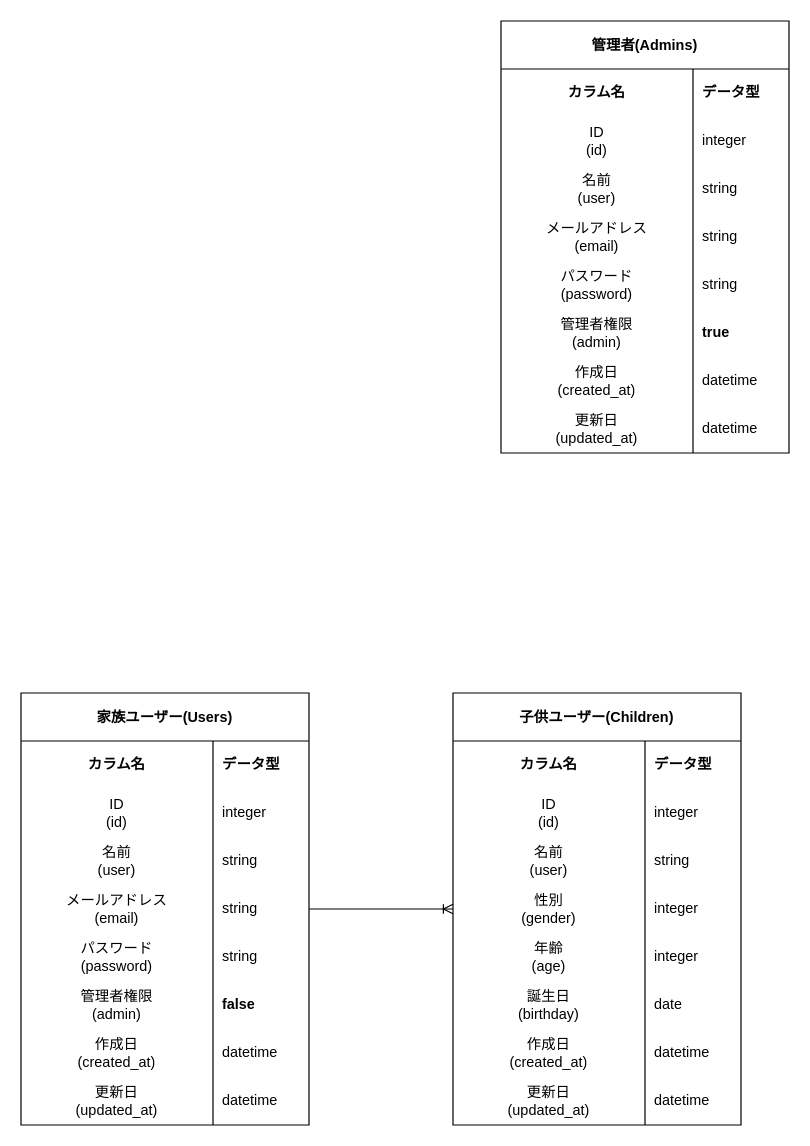
piroriki/coyell_port keeps this draw.io diagram as coyell.drawio. Above is the earlier version. Source tidied: cells renumbered, new cells numbered last; positions are measured from the earlier drawing's top-left corner, leaving out a move shared by most shapes. Both pictures are drawn from the tidied source at 120%, with x=0, y=0 at pixel (20, 20).
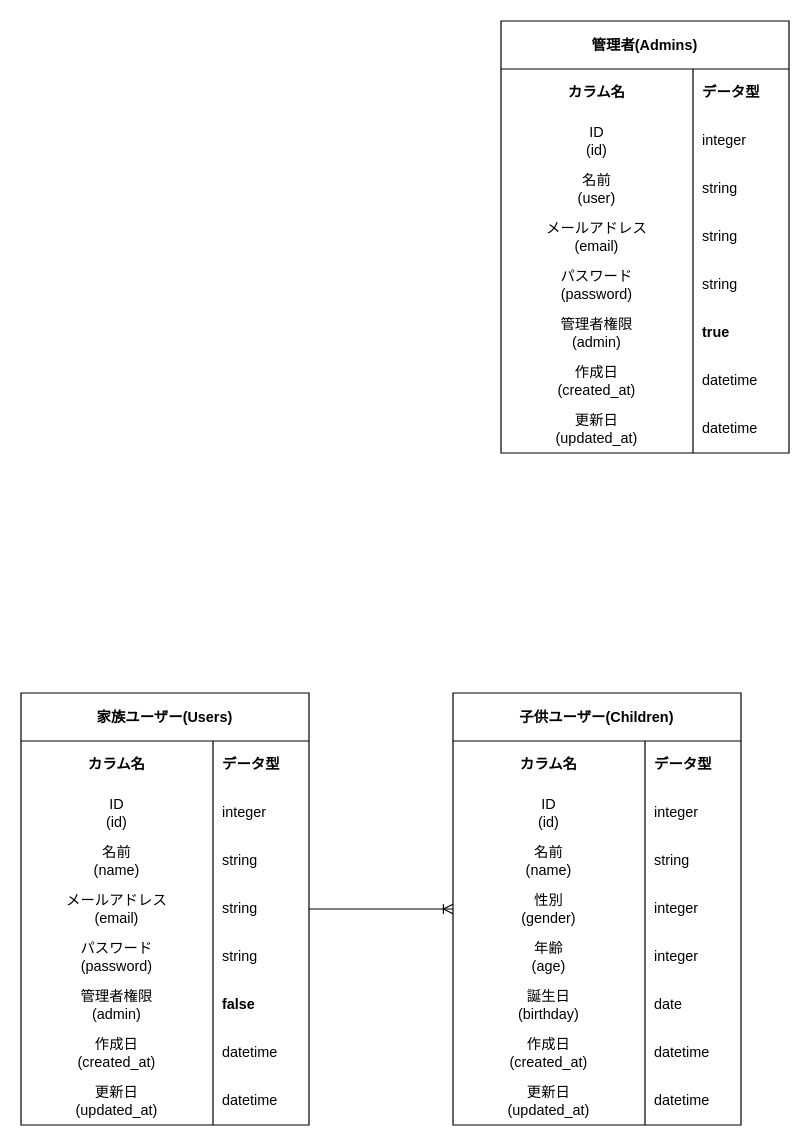
The same diagram, later.

Unchanged cells that the change refers to:
```xml
<mxCell id="9" style="shape=tableRow;horizontal=0;startSize=0;swimlaneHead=0;swimlaneBody=0;top=0;left=0;bottom=0;right=0;fillColor=none;" parent="2" vertex="1">
  <mxGeometry y="120" width="240" height="40" as="geometry" />
</mxCell>
<mxCell id="59" style="shape=tableRow;horizontal=0;startSize=0;swimlaneHead=0;swimlaneBody=0;top=0;left=0;bottom=0;right=0;fillColor=none;" parent="52" vertex="1">
  <mxGeometry y="120" width="240" height="40" as="geometry" />
</mxCell>
```

Diff of the diagram source:
```diff
@@
-    <mxCell id="10" value="名前&lt;br&gt;(user)" style="shape=partialRectangle;html=1;whiteSpace=wrap;fillColor=none;top=0;left=0;bottom=0;right=0;overflow=hidden;" parent="9" vertex="1">
+    <mxCell id="10" value="名前&lt;br&gt;(name)" style="shape=partialRectangle;html=1;whiteSpace=wrap;fillColor=none;top=0;left=0;bottom=0;right=0;overflow=hidden;" parent="9" vertex="1">
       <mxGeometry width="160" height="40" as="geometry" />
     </mxCell>
@@
-    <mxCell id="60" value="名前&lt;br&gt;(user)" style="shape=partialRectangle;html=1;whiteSpace=wrap;fillColor=none;top=0;left=0;bottom=0;right=0;overflow=hidden;" parent="59" vertex="1">
+    <mxCell id="60" value="名前&lt;br&gt;(name)" style="shape=partialRectangle;html=1;whiteSpace=wrap;fillColor=none;top=0;left=0;bottom=0;right=0;overflow=hidden;" parent="59" vertex="1">
       <mxGeometry width="160" height="40" as="geometry" />
     </mxCell>
```
